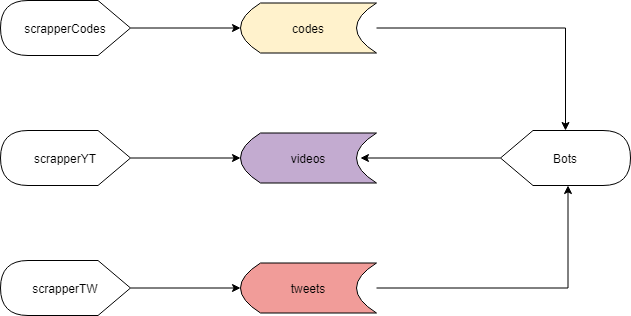
The draw.io diagram documentation/how_to_dev/redis/pubsub.png in BRAVO68WEB/genshin-notify, before a commit. Source tidied: cells renumbered, new cells last; positions are measured from the earlier drawing's top-left corner, leaving out a move shared by most shapes.
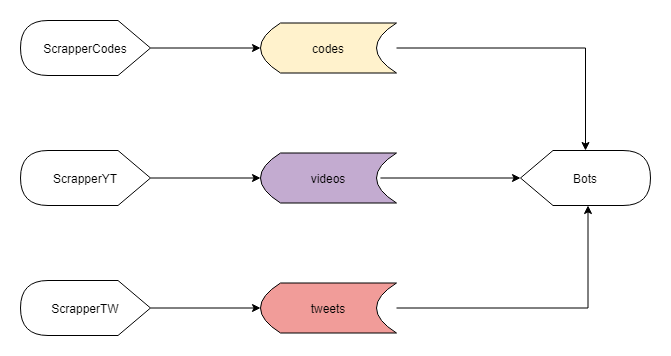
The same file after the commit.

The edit, as a diff of the source:
```diff
@@ -17,7 +17,7 @@
     <mxCell id="6" value="tweets" style="shape=dataStorage;whiteSpace=wrap;html=1;fixedSize=1;fillColor=#F19C99;" parent="1" vertex="1">
       <mxGeometry x="240" y="262.5" width="136" height="50" as="geometry" />
     </mxCell>
-    <mxCell id="7" style="edgeStyle=orthogonalEdgeStyle;rounded=0;jettySize=auto;html=1;entryX=0.882;entryY=0.5;entryDx=0;entryDy=0;entryPerimeter=0;" parent="1" edge="1" source="8" target="4">
+    <mxCell id="7" style="edgeStyle=orthogonalEdgeStyle;rounded=0;jettySize=auto;html=1;entryX=0.882;entryY=0.5;entryDx=0;entryDy=0;entryPerimeter=0;startArrow=classic;startFill=1;endArrow=none;endFill=0;" parent="1" edge="1" source="8" target="4">
       <mxGeometry relative="1" as="geometry" />
     </mxCell>
     <mxCell id="8" value="Bots" style="shape=display;whiteSpace=wrap;html=1;" parent="1" vertex="1">
@@ -26,19 +26,19 @@
     <mxCell id="9" style="edgeStyle=orthogonalEdgeStyle;rounded=0;jettySize=auto;html=1;entryX=0;entryY=0.5;entryDx=0;entryDy=0;" parent="1" edge="1" source="10" target="6">
       <mxGeometry relative="1" as="geometry" />
     </mxCell>
-    <mxCell id="10" value="scrapperTW" style="shape=display;whiteSpace=wrap;html=1;flipH=1;" parent="1" vertex="1">
+    <mxCell id="10" value="ScrapperTW" style="shape=display;whiteSpace=wrap;html=1;flipH=1;" parent="1" vertex="1">
       <mxGeometry y="260" width="130" height="55" as="geometry" />
     </mxCell>
     <mxCell id="11" style="edgeStyle=orthogonalEdgeStyle;rounded=0;jettySize=auto;html=1;entryX=0;entryY=0.5;entryDx=0;entryDy=0;" parent="1" edge="1" source="12" target="4">
       <mxGeometry relative="1" as="geometry" />
     </mxCell>
-    <mxCell id="12" value="scrapperYT" style="shape=display;whiteSpace=wrap;html=1;flipH=1;" parent="1" vertex="1">
+    <mxCell id="12" value="ScrapperYT" style="shape=display;whiteSpace=wrap;html=1;flipH=1;" parent="1" vertex="1">
       <mxGeometry y="130" width="130" height="55" as="geometry" />
     </mxCell>
     <mxCell id="13" style="edgeStyle=orthogonalEdgeStyle;rounded=0;jettySize=auto;html=1;entryX=0;entryY=0.5;entryDx=0;entryDy=0;" parent="1" edge="1" source="14" target="3">
       <mxGeometry relative="1" as="geometry" />
     </mxCell>
-    <mxCell id="14" value="scrapperCodes" style="shape=display;whiteSpace=wrap;html=1;flipH=1;" parent="1" vertex="1">
+    <mxCell id="14" value="ScrapperCodes" style="shape=display;whiteSpace=wrap;html=1;flipH=1;" parent="1" vertex="1">
       <mxGeometry width="130" height="55" as="geometry" />
     </mxCell>
   </root>
```
